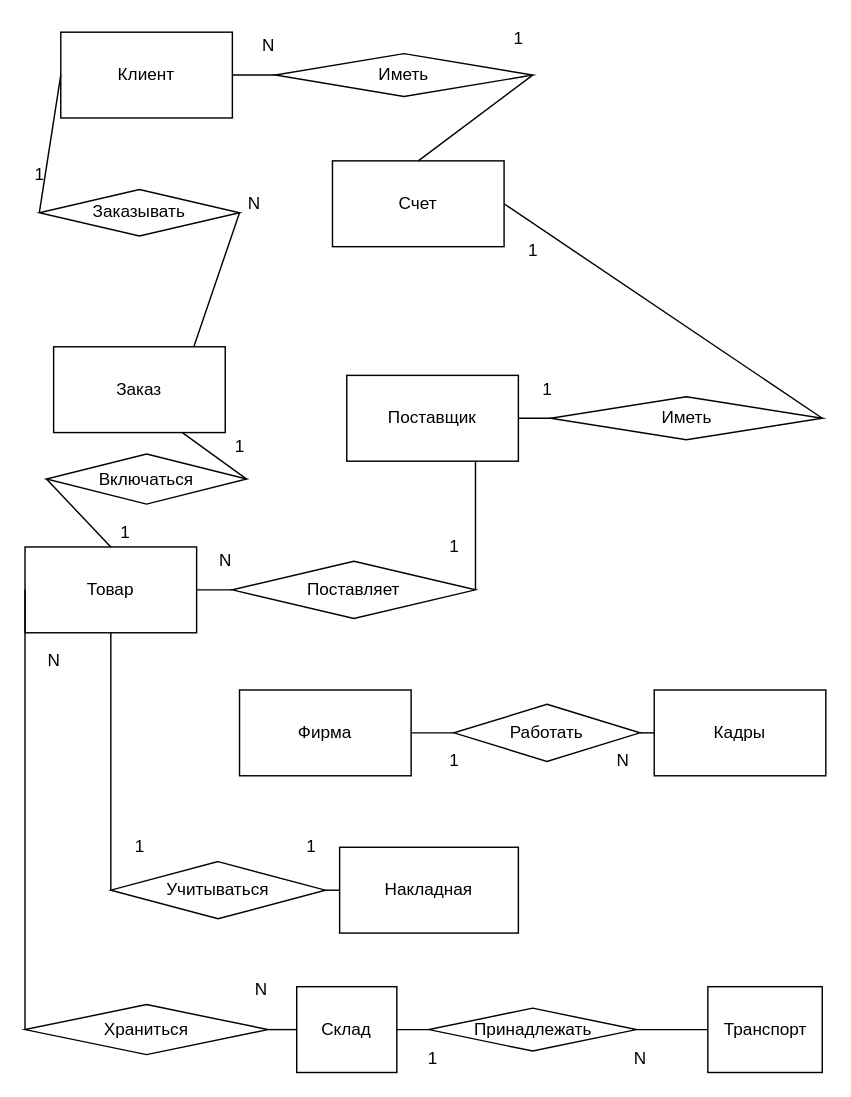
The draw.io diagram Летняя/MASLAK_DIMA/основная малая диаграмма.drawio in stanislaumich/1-, before the edit. Source tidied: cells renumbered, new cells numbered last; positions are measured from the earlier drawing's top-left corner, leaving out a move shared by most shapes. Both pictures are drawn from the tidied source at 143%, with x=0, y=0 at pixel (24, 24).
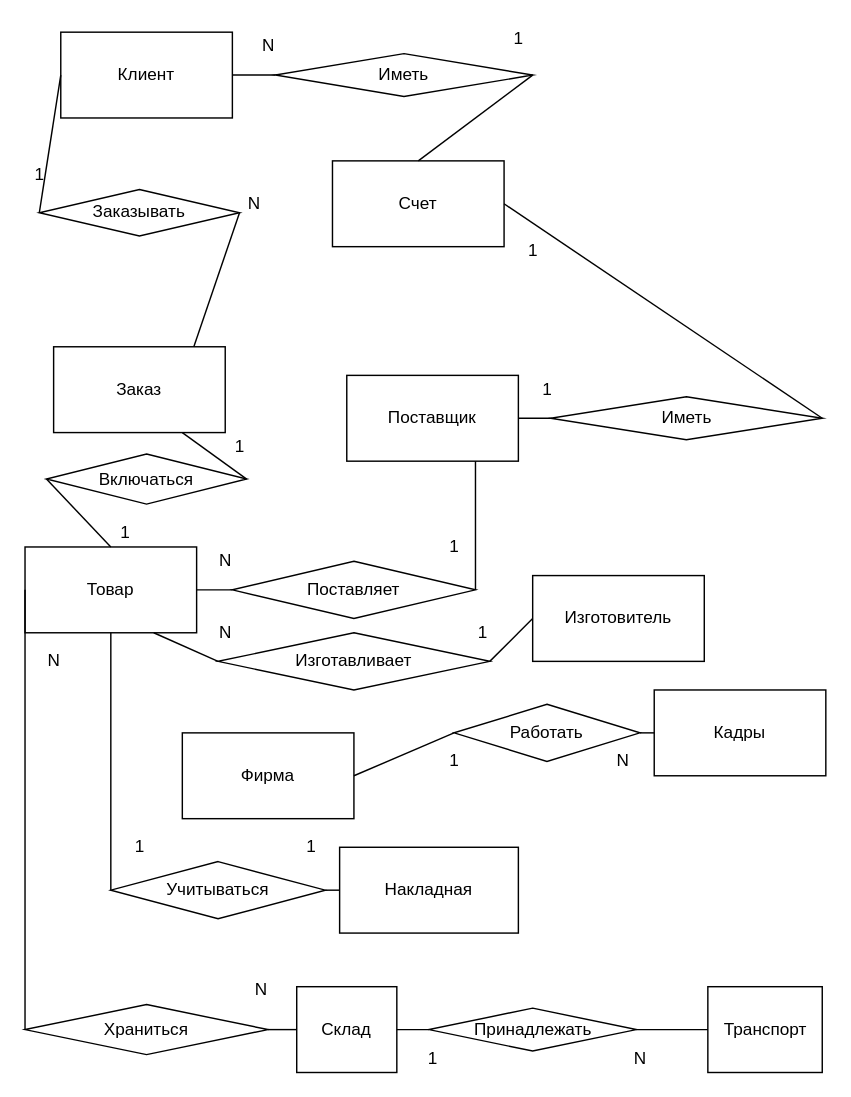
Above is the later version.

The change refers to these unchanged cells:
```xml
<mxCell id="9" value="Товар" style="rounded=0;whiteSpace=wrap;html=1;" parent="1" vertex="1">
  <mxGeometry y="365" width="120" height="60" as="geometry" />
</mxCell>
```

Change to the diagram source:
```diff
@@
     <mxCell id="3" value="Фирма" style="rounded=0;whiteSpace=wrap;html=1;" parent="1" vertex="1">
-      <mxGeometry x="150" y="465" width="120" height="60" as="geometry" />
+      <mxGeometry x="110" y="495" width="120" height="60" as="geometry" />
     </mxCell>
@@
+    <mxCell id="59" value="Изготавливает" style="rhombus;whiteSpace=wrap;html=1;" parent="1" vertex="1">
+      <mxGeometry x="135" y="425" width="190" height="40" as="geometry" />
+    </mxCell>
+    <mxCell id="60" style="endArrow=none;html=1;exitX=0.75;exitY=1;exitDx=0;exitDy=0;entryX=0;entryY=0.5;entryDx=0;entryDy=0;" parent="1" edge="1" source="9" target="59">
+      <mxGeometry relative="1" as="geometry" />
+    </mxCell>
+    <mxCell id="61" value="Изготовитель" style="rounded=0;whiteSpace=wrap;html=1;" parent="1" vertex="1">
+      <mxGeometry x="355" y="385" width="120" height="60" as="geometry" />
+    </mxCell>
+    <mxCell id="62" style="endArrow=none;html=1;entryX=0;entryY=0.5;entryDx=0;entryDy=0;exitX=1;exitY=0.5;exitDx=0;exitDy=0;" parent="1" edge="1" source="59" target="61">
+      <mxGeometry relative="1" as="geometry" />
+    </mxCell>
+    <mxCell id="63" value="1" style="text;html=1;align=center;verticalAlign=middle;strokeColor=none;" parent="1" vertex="1">
+      <mxGeometry x="310" y="415" width="20" height="20" as="geometry" />
+    </mxCell>
+    <mxCell id="64" value="N" style="text;html=1;align=center;verticalAlign=middle;strokeColor=none;" parent="1" vertex="1">
+      <mxGeometry x="130" y="415" width="20" height="20" as="geometry" />
+    </mxCell>
```
